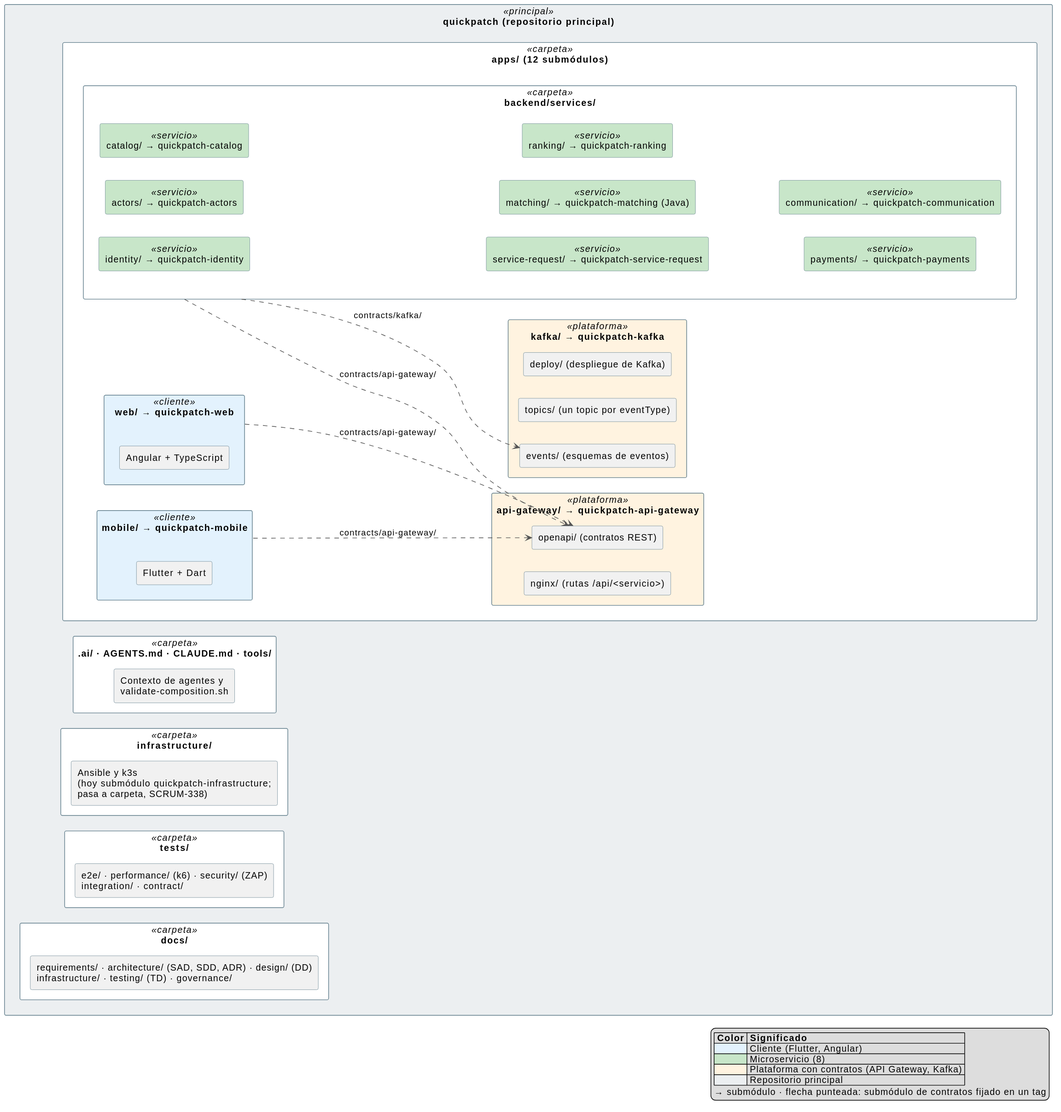
This is docs/architecture/diagrams/sdd/07_vista_desarrollo_repositorio.svg from ARQUI-202630/quickpatch, a PlantUML export, as it was before one commit. Its diagram source:
```plantuml
@startuml
skinparam defaultFontName Arial
skinparam shadowing false
skinparam packageStyle rectangle
skinparam ArrowColor #555555
left to right direction

skinparam package {
  BackgroundColor<<principal>> #ECEFF1
  BackgroundColor<<cliente>> #E3F2FD
  BackgroundColor<<servicio>> #E8F5E9
  BackgroundColor<<plataforma>> #FFF3E0
  BackgroundColor<<carpeta>> #FFFFFF
  BorderColor #607D8B
}
skinparam rectangle {
  BackgroundColor<<servicio>> #C8E6C9
  BorderColor #607D8B
}

package "quickpatch (repositorio principal)" <<principal>> as ROOT {
  package "docs/" <<carpeta>> as DOCS {
    rectangle "requirements/ · architecture/ (SAD, SDD, ADR) · design/ (DD)\ninfrastructure/ · testing/ (TD) · governance/" as DOCS_CONTENT
  }
  package "tests/" <<carpeta>> as TESTS {
    rectangle "e2e/ · performance/ (k6) · security/ (ZAP)\nintegration/ · contract/" as TESTS_CONTENT
  }
  package "infrastructure/" <<carpeta>> as INFRA {
    rectangle "Ansible y k3s\n(hoy submódulo quickpatch-infrastructure;\npasa a carpeta, SCRUM-338)" as INFRA_CONTENT
  }
  package ".ai/ · AGENTS.md · CLAUDE.md · tools/" <<carpeta>> as AI {
    rectangle "Contexto de agentes y\nvalidate-composition.sh" as AI_CONTENT
  }

  package "apps/ (12 submódulos)" <<carpeta>> as APPS {
    package "mobile/ → quickpatch-mobile" <<cliente>> as MOBILE {
      rectangle "Flutter + Dart" as MOBILE_STACK
    }
    package "web/ → quickpatch-web" <<cliente>> as WEB {
      rectangle "Angular + TypeScript" as WEB_STACK
    }
    package "api-gateway/ → quickpatch-api-gateway" <<plataforma>> as GW {
      rectangle "nginx/ (rutas /api/<servicio>)" as GW_NGINX
      rectangle "openapi/ (contratos REST)" as GW_OPENAPI
    }
    package "backend/services/" <<carpeta>> as SERVICES {
      rectangle "identity/ → quickpatch-identity" <<servicio>> as ID
      rectangle "actors/ → quickpatch-actors" <<servicio>> as ACT
      rectangle "catalog/ → quickpatch-catalog" <<servicio>> as CAT
      rectangle "service-request/ → quickpatch-service-request" <<servicio>> as SR
      rectangle "matching/ → quickpatch-matching (Java)" <<servicio>> as MATCH
      rectangle "ranking/ → quickpatch-ranking" <<servicio>> as RANK
      rectangle "payments/ → quickpatch-payments" <<servicio>> as PAY
      rectangle "communication/ → quickpatch-communication" <<servicio>> as COMM
    }
    package "kafka/ → quickpatch-kafka" <<plataforma>> as KAFKA {
      rectangle "events/ (esquemas de eventos)" as K_EVENTS
      rectangle "topics/ (un topic por eventType)" as K_TOPICS
      rectangle "deploy/ (despliegue de Kafka)" as K_DEPLOY
    }
  }
}

SERVICES ..> GW_OPENAPI : contracts/api-gateway/
SERVICES ..> K_EVENTS : contracts/kafka/
WEB ..> GW_OPENAPI : contracts/api-gateway/
MOBILE ..> GW_OPENAPI : contracts/api-gateway/

legend right
  |= Color |= Significado |
  |<#E3F2FD>| Cliente (Flutter, Angular) |
  |<#C8E6C9>| Microservicio (8) |
  |<#FFF3E0>| Plataforma con contratos (API Gateway, Kafka) |
  |<#ECEFF1>| Repositorio principal |
  → submódulo · flecha punteada: submódulo de contratos fijado en un tag
endlegend
@enduml
```
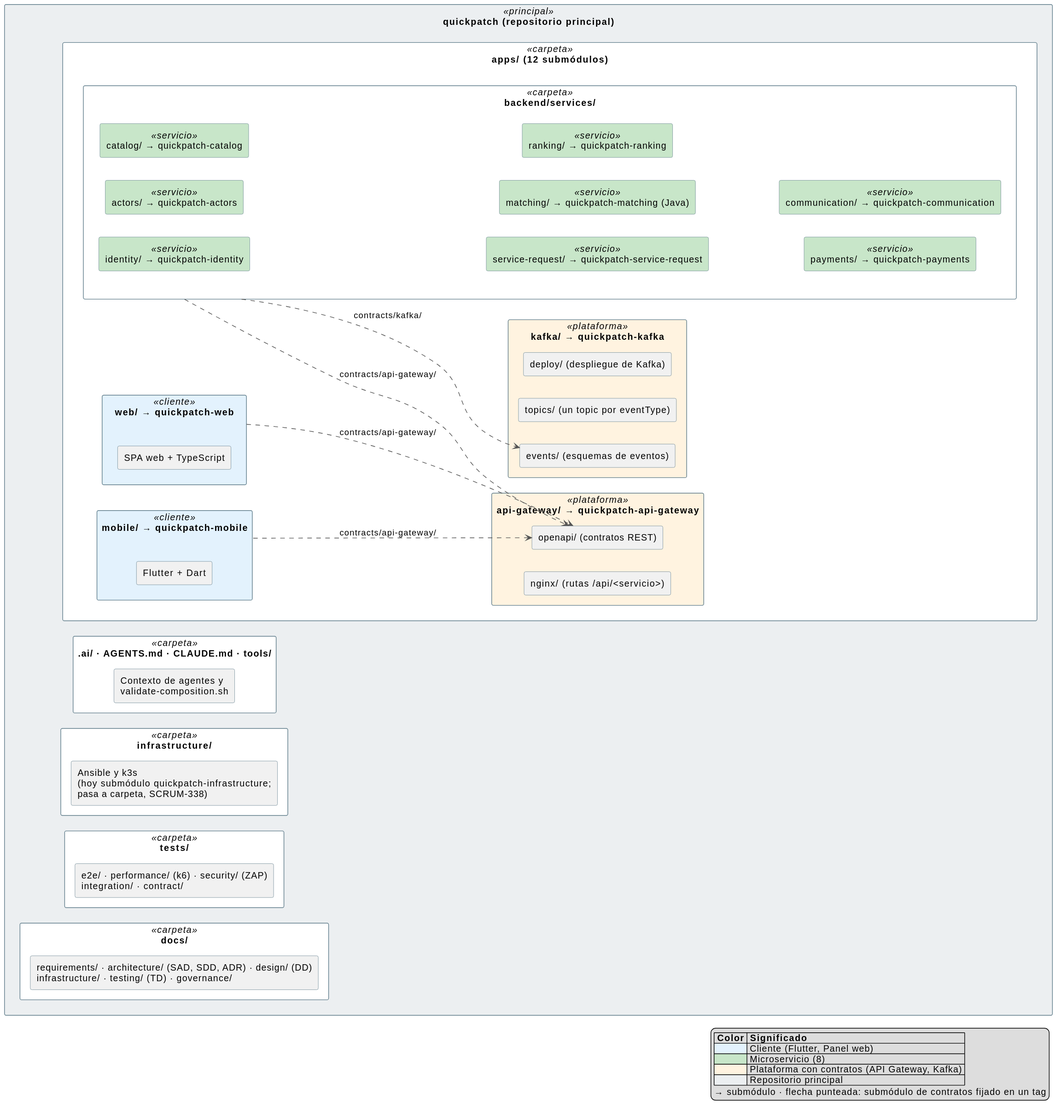
After the commit.

Commit message:
docs(sdd): quitar Angular de los diagramas del SAD y del SDD (SCRUM-468)

The edit, as a diff of the source:
```diff
@@ -37,7 +37,7 @@
       rectangle "Flutter + Dart" as MOBILE_STACK
     }
     package "web/ → quickpatch-web" <<cliente>> as WEB {
-      rectangle "Angular + TypeScript" as WEB_STACK
+      rectangle "SPA web + TypeScript" as WEB_STACK
     }
     package "api-gateway/ → quickpatch-api-gateway" <<plataforma>> as GW {
       rectangle "nginx/ (rutas /api/<servicio>)" as GW_NGINX
@@ -68,7 +68,7 @@
 
 legend right
   |= Color |= Significado |
-  |<#E3F2FD>| Cliente (Flutter, Angular) |
+  |<#E3F2FD>| Cliente (Flutter, Panel web) |
   |<#C8E6C9>| Microservicio (8) |
   |<#FFF3E0>| Plataforma con contratos (API Gateway, Kafka) |
   |<#ECEFF1>| Repositorio principal |
```
